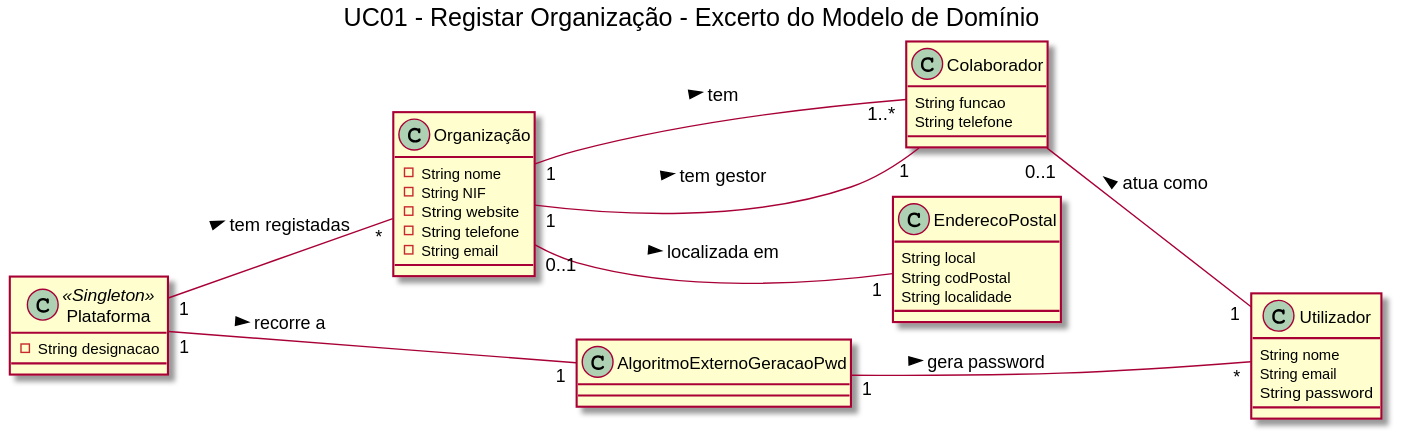
Earlier version of the PlantUML export Sprint 2 - Documentação/UC01_Registar_Organizacao/UC01_Registar_Organizacao_Modelo_Dominio.svg (blestonbandeiraUPSKILL/upskill_java1_labprg_grupo2). The source it was exported from:
```plantuml
@startuml

title UC01 - Registar Organização - Excerto do Modelo de Domínio

left to right direction

class Plataforma <<Singleton>> {
    -String designacao
}

class Organização {
    -String nome
    -String NIF
    -String website
    -String telefone
    -String email
}

class Colaborador {
    String funcao
    String telefone
}

class EnderecoPostal {
    String local
    String codPostal
    String localidade
}

class Utilizador {
    String nome
    String email
    String password
}

class AlgoritmoExternoGeracaoPwd {
}

Plataforma "1"--"*" Organização : tem registadas >
Plataforma "1"--"1" AlgoritmoExternoGeracaoPwd : recorre a >
AlgoritmoExternoGeracaoPwd "1"--"*" Utilizador : gera password >
Organização "1"--"1..*" Colaborador : tem >
Organização "1"--"1" Colaborador : tem gestor >
Organização "0..1"--"1" EnderecoPostal : localizada em >
Colaborador "0..1"--"1" Utilizador : atua como <

@enduml
```
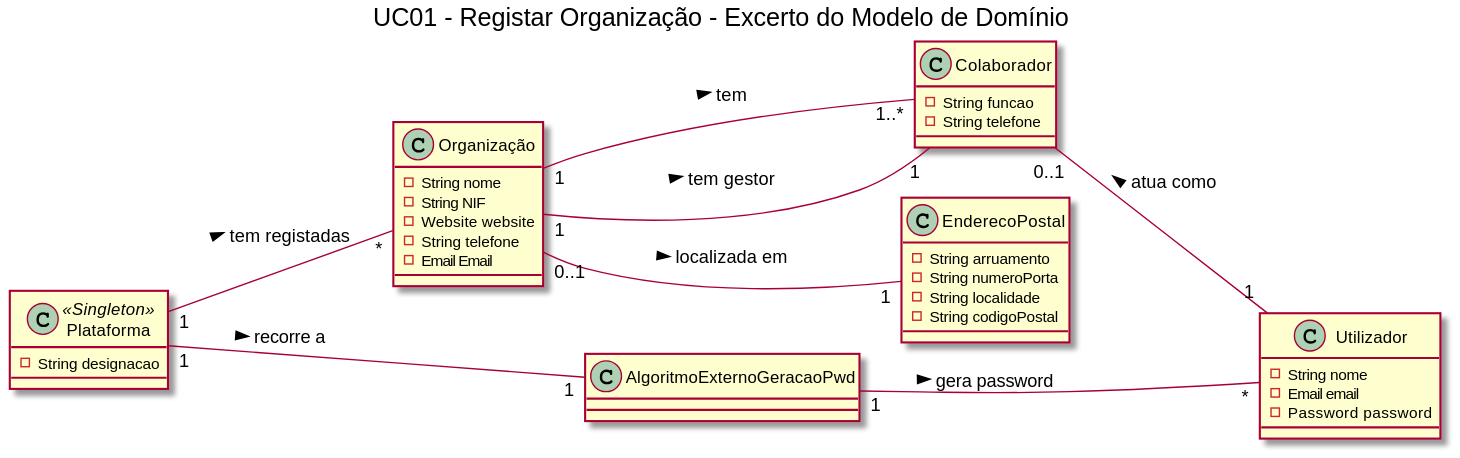
The same diagram one commit later.

Change to the diagram source:
```diff
@@ -11,26 +11,27 @@
 class Organização {
     -String nome
     -String NIF
-    -String website
+    -Website website
     -String telefone
-    -String email
+    -Email Email
 }
 
 class Colaborador {
-    String funcao
-    String telefone
+    -String funcao
+    -String telefone
 }
 
 class EnderecoPostal {
-    String local
-    String codPostal
-    String localidade
+    -String arruamento
+    -String numeroPorta
+    -String localidade
+    -String codigoPostal
 }
 
 class Utilizador {
-    String nome
-    String email
-    String password
+    -String nome
+    -Email email
+    -Password password
 }
 
 class AlgoritmoExternoGeracaoPwd {
```
